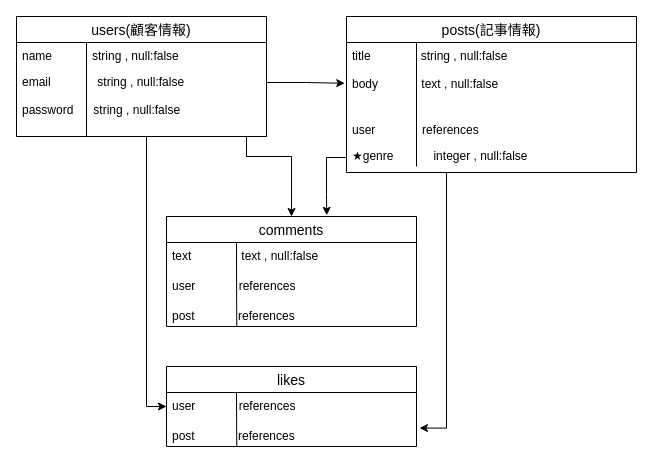
This is myrecipe.dio from mayuphoo/myrecipe, a draw.io file, before an edit. Source tidied: cells renumbered, new cells numbered last; positions are measured from the earlier drawing's top-left corner, leaving out a move shared by most shapes. Both pictures are drawn from the tidied source at 100%, with x=0, y=0 at pixel (16, 16).
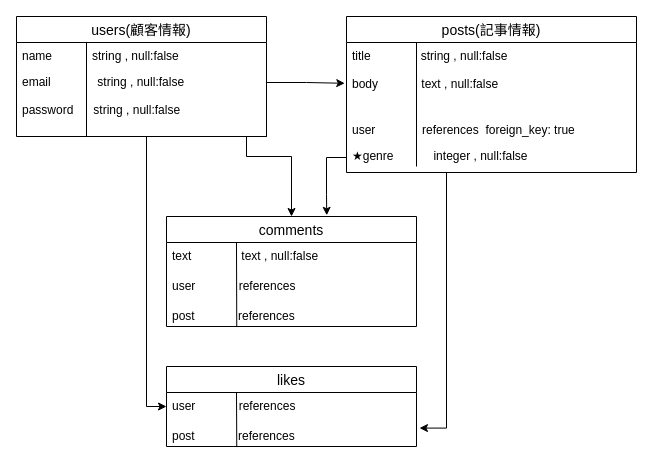
Above is the later version.

Unchanged cells that the change refers to:
```xml
<mxCell id="7" value="posts(記事情報)" style="swimlane;fontStyle=0;horizontal=1;startSize=26;align=center;fontSize=14;shadow=0;" parent="1" vertex="1">
  <mxGeometry x="330" width="290" height="156" as="geometry" />
</mxCell>
```

The edit, as a diff of the source:
```diff
@@
-    <mxCell id="10" value="user              references " style="text;strokeColor=none;fillColor=none;spacingLeft=4;spacingRight=4;overflow=hidden;fontSize=12;" parent="7" vertex="1">
+    <mxCell id="10" value="user              references  foreign_key: true" style="text;strokeColor=none;fillColor=none;spacingLeft=4;spacingRight=4;overflow=hidden;fontSize=12;" parent="7" vertex="1">
       <mxGeometry y="100" width="290" height="26" as="geometry" />
     </mxCell>
```
